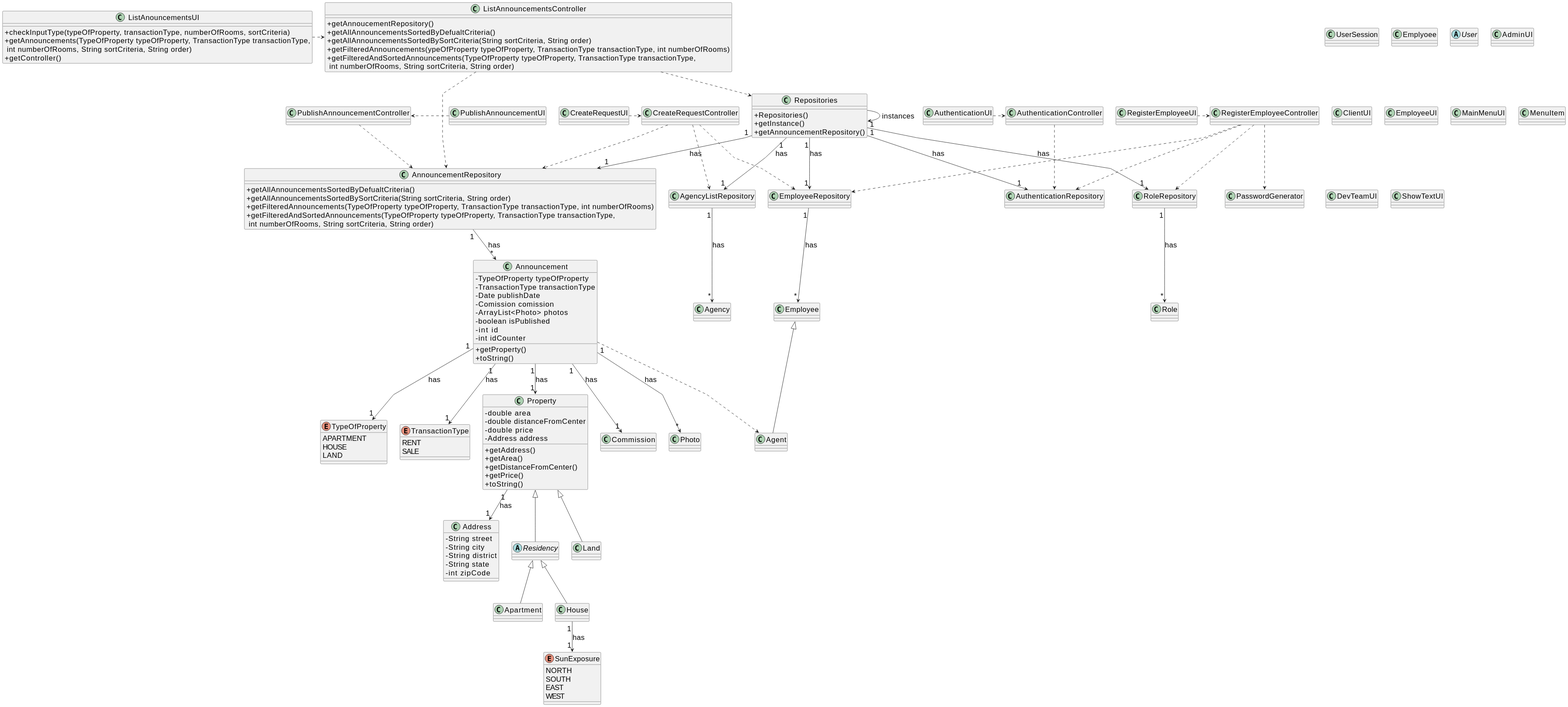
Goncalves2525/real-estate-management-system keeps this PlantUML diagram as docs/sprintB/global-artifacts/03.design/svg/class-diagram.svg. Above is the earlier version.
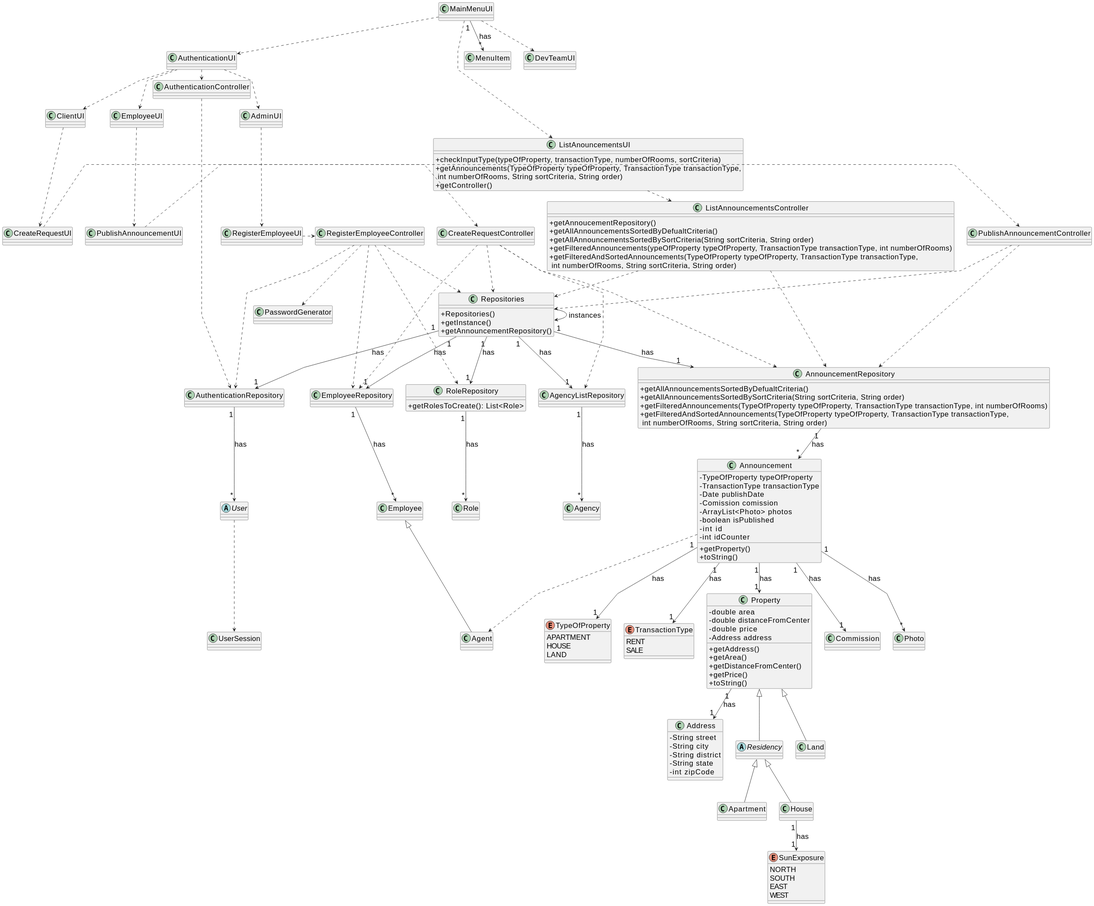
Above is the later version.

Commit message:
US3 class and sequence diagram

The edit, as a diff of the source:
```diff
@@ -105,7 +105,7 @@
 class Commission{
 }
 
-class Emplyoee{
+class Employee{
 }
 
 class PasswordGenerator{
@@ -145,6 +145,8 @@
 }
 
 class RoleRepository{
++getRolesToCreate(): List<Role>
+
 }
 
 class AuthenticationUI{
@@ -177,8 +179,6 @@
 class RegisterEmployeeUI{
 }
 
-class ShowTextUI{
-}
 
 
 Repositories -> Repositories : instances
@@ -215,4 +215,19 @@
 Announcement ..> Agent
 AnnouncementRepository "1" --> "*" Announcement : has
 Property "1" --> "1" Address : has
+MainMenuUI "1" --> "*" MenuItem : has
+MainMenuUI ..> ListAnouncementsUI
+MainMenuUI ..> AuthenticationUI
+MainMenuUI ..> DevTeamUI
+AuthenticationUI ..> ClientUI
+AuthenticationUI ..> EmployeeUI
+AuthenticationUI ..> AdminUI
+User ..> UserSession
+AuthenticationRepository "1" --> "*" User : has
+EmployeeUI ..> PublishAnnouncementUI
+ClientUI ..> CreateRequestUI
+AdminUI ..> RegisterEmployeeUI
+CreateRequestController ..> Repositories
+PublishAnnouncementController ..> Repositories
+RegisterEmployeeController ..> Repositories
 @enduml
```
